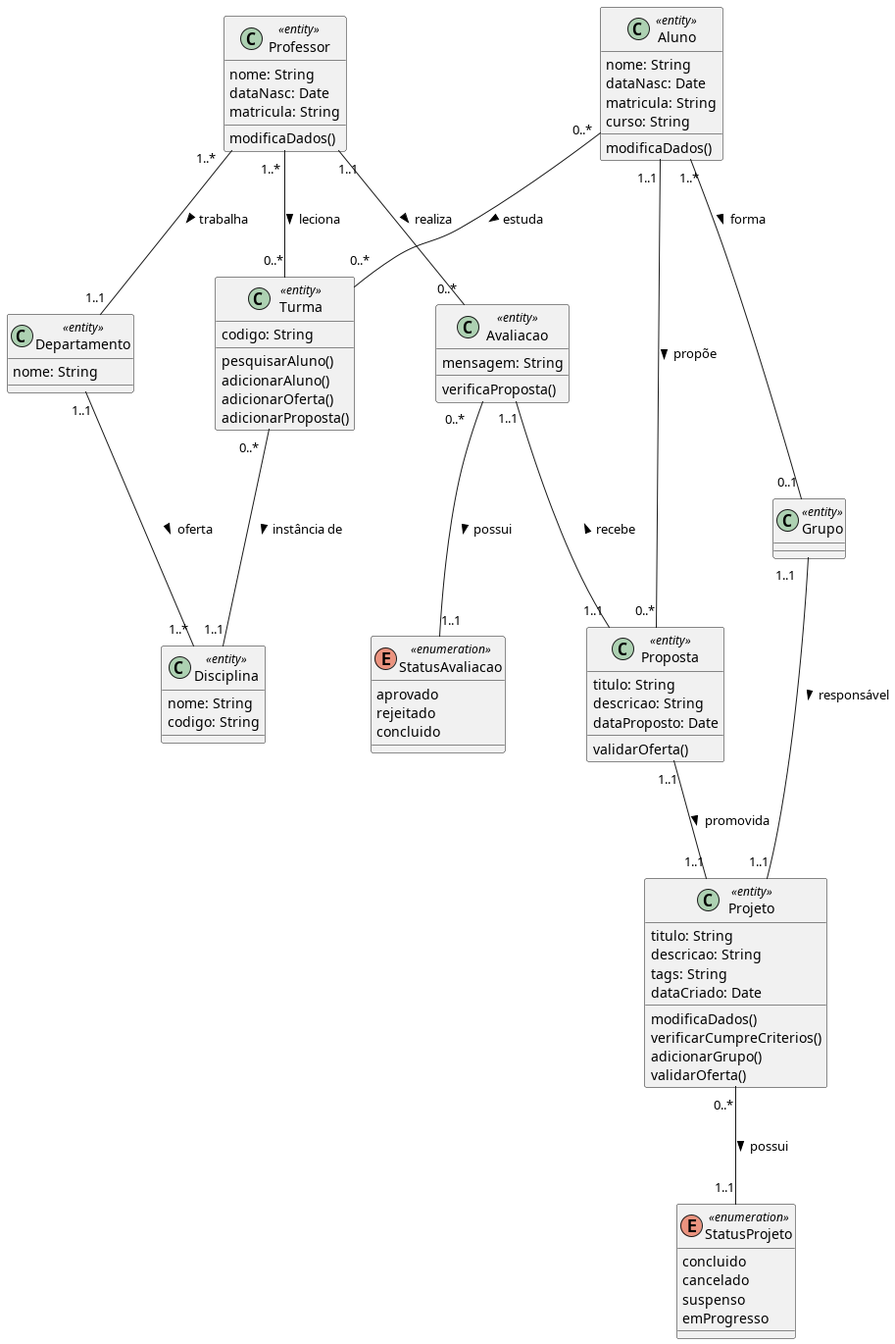
Earlier version of the PlantUML export diagramas/classe_projeto/base.png (Pedro-V/projetorium).
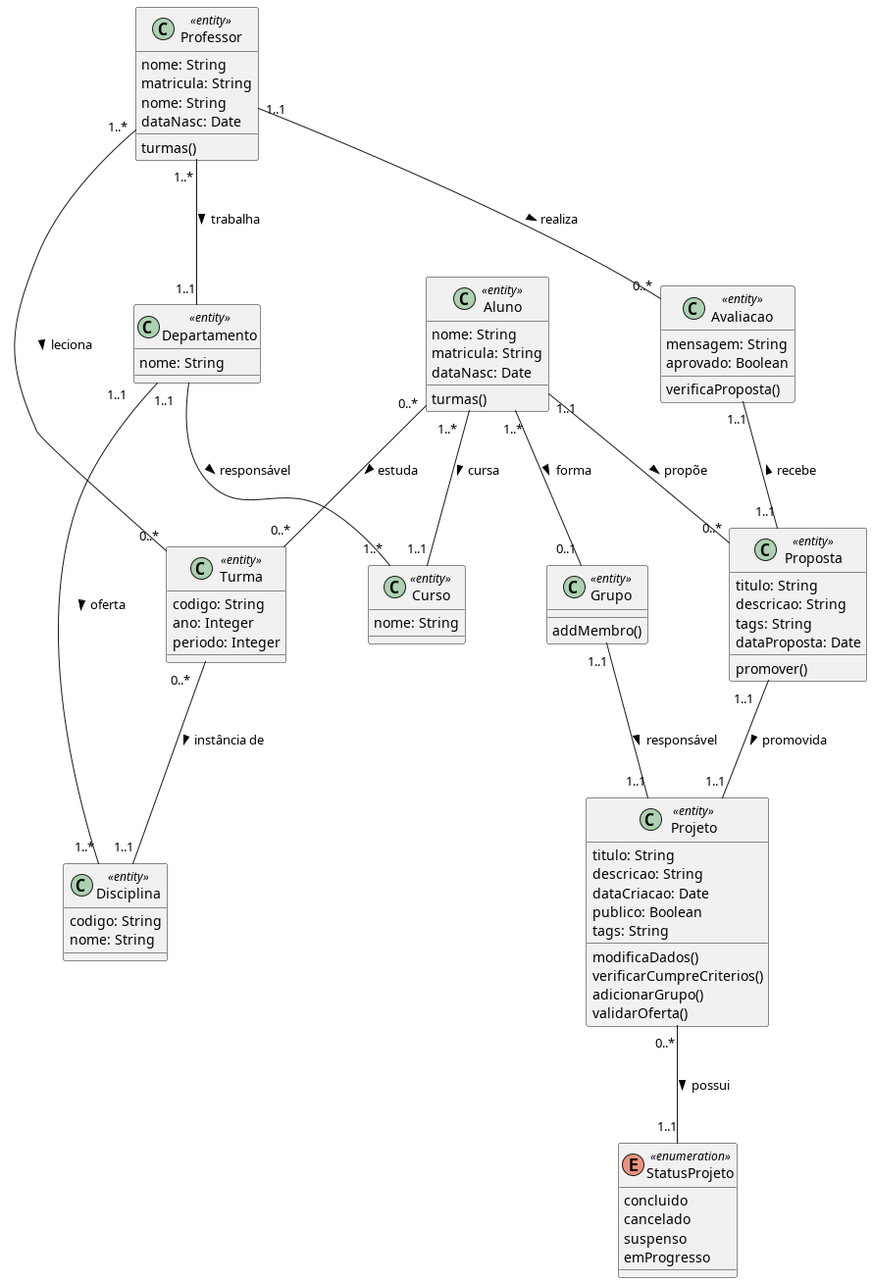
The same diagram one commit later.

Change to the diagram source:
```diff
@@ -1,113 +1,91 @@
 @startuml
-!startsub Departamento
 class Departamento <<entity>> {
   nome: String
 }
-!endsub
 
-!startsub Disciplina
+class Curso <<entity>> {
+  nome: String
+}
+
 class Disciplina <<entity>> {
+  codigo: String
   nome: String
-  codigo: String
 }
-!endsub
 
-!startsub Professor
 class Professor <<entity>> {
   nome: String
+  matricula: String
+  nome: String
   dataNasc: Date
-  matricula: String
-  modificaDados()
+  turmas()
 }
-!endsub
 
-!startsub Aluno
 class Aluno <<entity>> {
   nome: String
+  matricula: String
   dataNasc: Date
-  matricula: String
-  curso: String
-  modificaDados()
+  turmas()
 }
-!endsub
 
-!startsub Grupo
 class Grupo <<entity>> {
+  addMembro()
 }
-!endsub
 
-!startsub StatusProjeto
 enum StatusProjeto <<enumeration>> {
   concluido
   cancelado
   suspenso
   emProgresso
 }
-!endsub
 
-!startsub Projeto
 class Projeto <<entity>> {
   titulo: String
   descricao: String
+  dataCriacao: Date
+  publico: Boolean
   tags: String
-  dataCriado: Date
   modificaDados()
   verificarCumpreCriterios()
   adicionarGrupo()
   validarOferta()
 }
-!endsub
 
-!startsub Proposta
 class Proposta <<entity>> {
   titulo: String
   descricao: String
-  dataProposto: Date
-  validarOferta()
+  tags: String
+  dataProposta: Date
+  promover()
 }
-!endsub
 
-!startsub Turma
 class Turma <<entity>> {
   codigo: String
-  pesquisarAluno()
-  adicionarAluno()
-  adicionarOferta()
-  adicionarProposta()
+  ano: Integer
+  periodo: Integer
 }
-!endsub
 
-!startsub Avaliacao
 class Avaliacao <<entity>> {
   mensagem: String
+  aprovado: Boolean
   verificaProposta()
 }
-!endsub
 
-!startsub StatusAvaliacao
-enum StatusAvaliacao <<enumeration>> {
-  aprovado
-  rejeitado
-  concluido
-}
-!endsub
-
-Avaliacao "0..*" -- "1..1" StatusAvaliacao : possui >
-Avaliacao "1..1" -- "1..1" Proposta : recebe <
+Departamento "1..1" -- "1..*" Disciplina : oferta >
+Departamento "1..1" -- "1..*" Curso : responsável >
+Aluno "1..*" -- "1..1" Curso : cursa >
+Professor "1..*" -- "1..1" Departamento : trabalha >
 
 Proposta "1..1" -- "1..1" Projeto : promovida >
 
 Aluno "1..*" -- "0..1" Grupo : forma >
 Aluno "0..*" -- "0..*" Turma : estuda >
 Aluno "1..1" -- "0..*" Proposta : propõe >
+Avaliacao "1..1" -- "1..1" Proposta : recebe <
 
 Grupo "1..1" -- "1..1" Projeto : responsável >
 
-Professor "1..*" -- "1..1" Departamento : trabalha >
 Professor "1..*" -- "0..*" Turma : leciona >
 Professor "1..1" -- "0..*" Avaliacao : realiza >
-
-Departamento "1..1" -- "1..*" Disciplina : oferta >
 
 Turma "0..*" -- "1..1" Disciplina : instância de >
 
```
